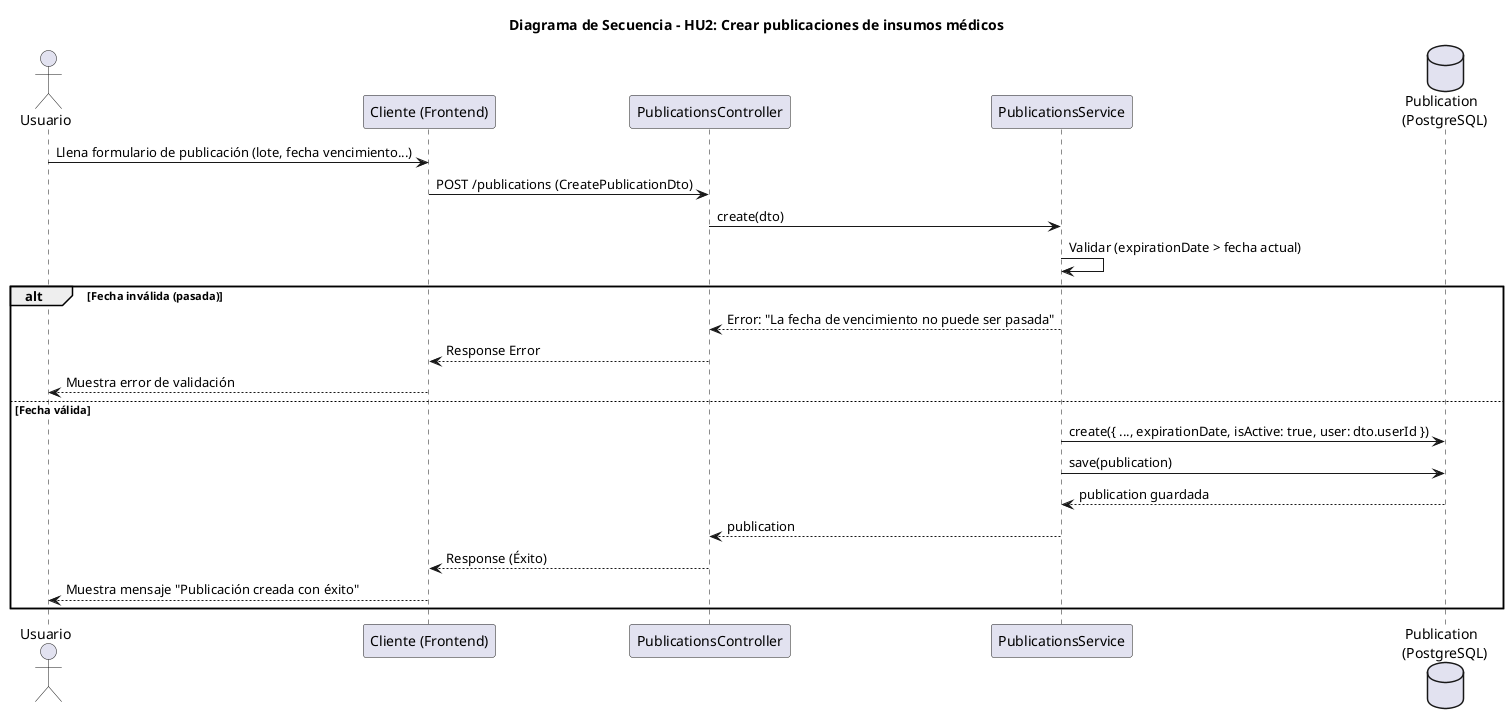
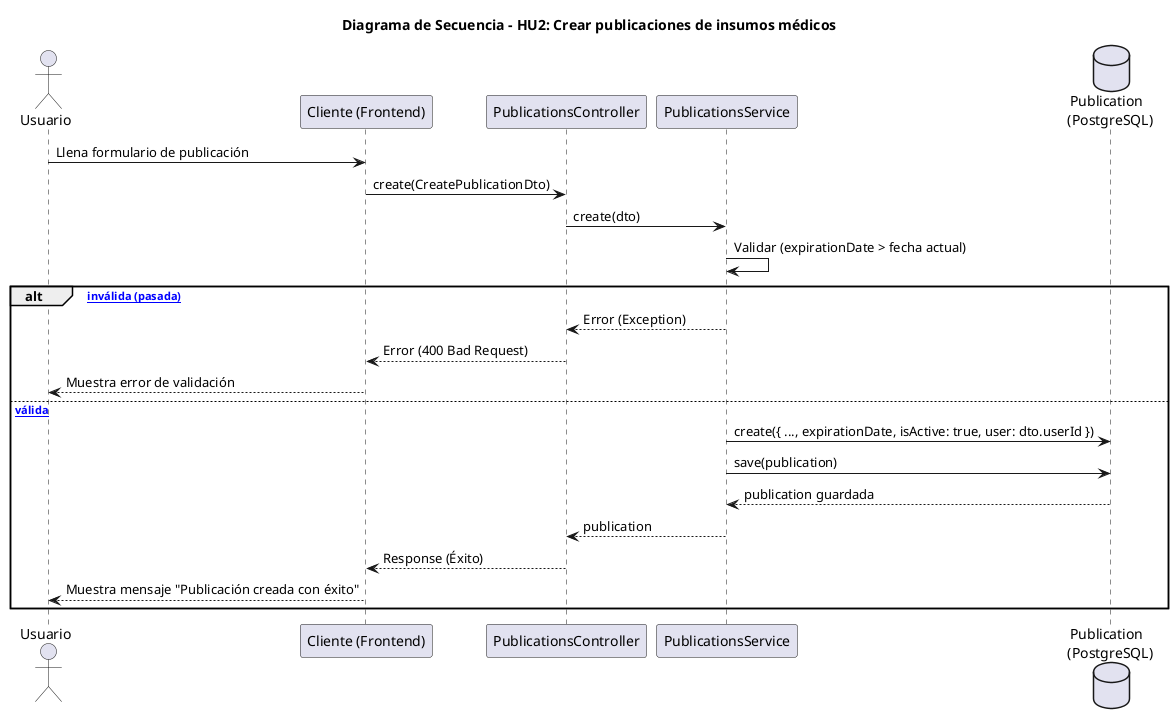
@startuml
title Diagrama de Secuencia - HU2: Crear publicaciones de insumos médicos

actor "Usuario" as User
participant "Cliente (Frontend)" as Client
participant "PublicationsController" as Controller
participant "PublicationsService" as Service
database "Publication \n (PostgreSQL)" as DB

- User -> Client: Llena formulario de publicación (lote, fecha vencimiento...)
- Client -> Controller: POST /publications (CreatePublicationDto)
+ User -> Client: Llena formulario de publicación
+ Client -> Controller: create(CreatePublicationDto)
Controller -> Service: create(dto)

Service -> Service: Validar (expirationDate > fecha actual)

- alt Fecha inválida (pasada)
-     Service --> Controller: Error: "La fecha de vencimiento no puede ser pasada"
-     Controller --> Client: Response Error
+ alt [Fecha inválida (pasada)]
+     Service --> Controller: Error (Exception)
+     Controller --> Client: Error (400 Bad Request)
    Client --> User: Muestra error de validación
- else Fecha válida
+ else [Fecha válida]
    Service -> DB: create({ ..., expirationDate, isActive: true, user: dto.userId })
    Service -> DB: save(publication)
    DB --> Service: publication guardada

    Service --> Controller: publication
    Controller --> Client: Response (Éxito)
    Client --> User: Muestra mensaje "Publicación creada con éxito"
end

@enduml
